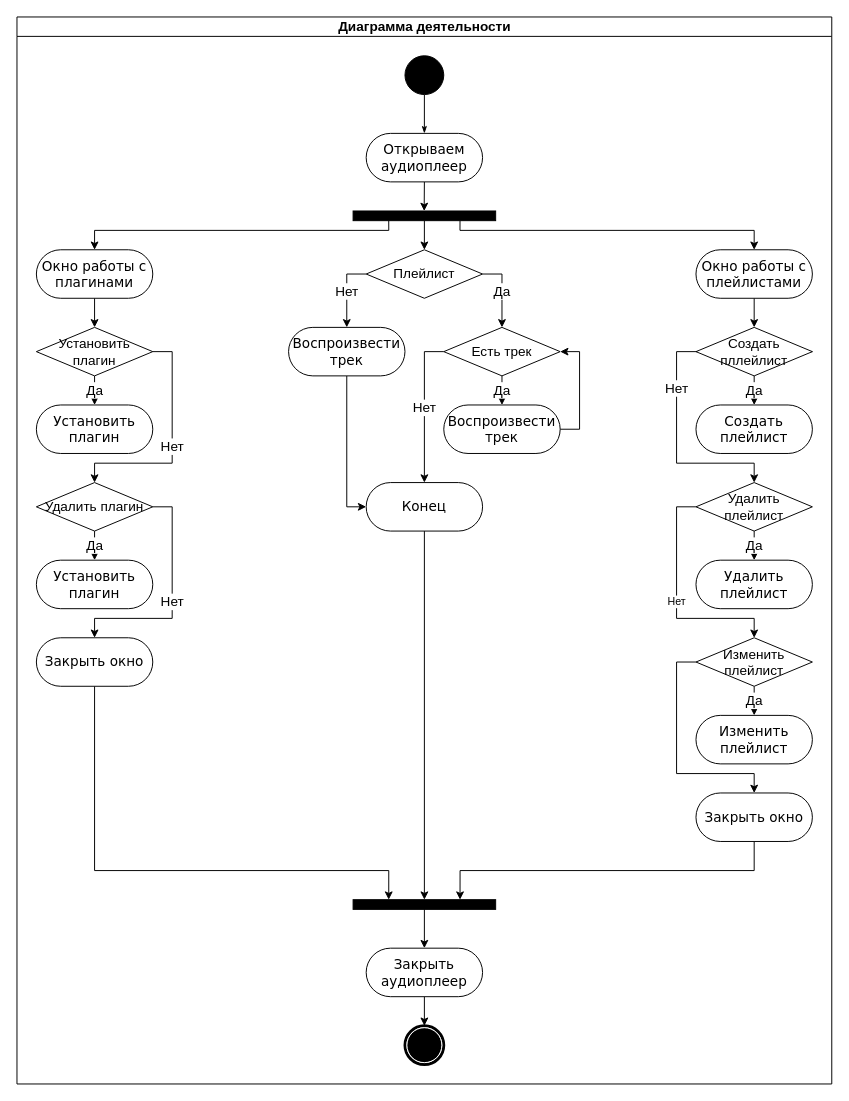
Above: ПИ/ПИ_Деятельность.drawio in FaceMan01/Homework (draw.io), before the change. Source tidied: cells renumbered, new cells numbered last; positions are measured from the earlier drawing's top-left corner, leaving out a move shared by most shapes. Both pictures are drawn from the tidied source at 97%, with x=0, y=0 at pixel (16, 16).
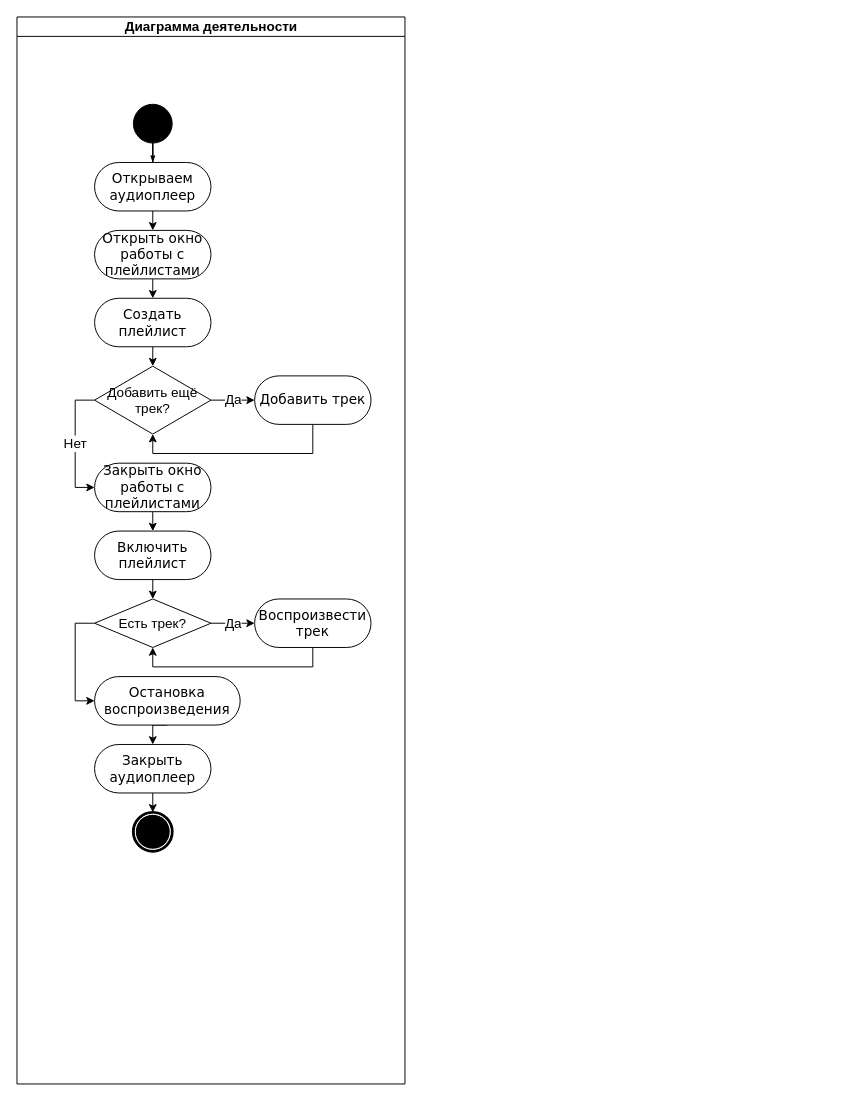
Above is the later version.

Change to the diagram source:
```diff
@@
     <mxCell id="2" value="Диаграмма деятельности" style="swimlane;html=1;startSize=20;fontSize=14;" parent="1" vertex="1">
-      <mxGeometry width="840" height="1100" as="geometry" />
+      <mxGeometry width="400" height="1100" as="geometry" />
     </mxCell>
@@
     <mxCell id="4" style="ellipse;whiteSpace=wrap;html=1;rounded=0;shadow=0;comic=0;labelBackgroundColor=none;strokeWidth=1;fillColor=#000000;fontFamily=Verdana;fontSize=14;align=center;" parent="2" vertex="1">
-      <mxGeometry x="400" y="40" width="40" height="40" as="geometry" />
+      <mxGeometry x="120" y="90" width="40" height="40" as="geometry" />
     </mxCell>
-    <mxCell id="5" style="edgeStyle=orthogonalEdgeStyle;rounded=0;jettySize=auto;html=1;exitX=0.5;exitY=1;exitDx=0;exitDy=0;fontSize=14;" parent="2" edge="1" source="6">
-      <mxGeometry relative="1" as="geometry">
-        <mxPoint x="419.8" y="200" as="targetPoint" />
-      </mxGeometry>
-    </mxCell>
+    <mxCell id="56" style="edgeStyle=orthogonalEdgeStyle;rounded=0;jettySize=auto;html=1;exitX=0.5;exitY=1;exitDx=0;exitDy=0;entryX=0.5;entryY=0;entryDx=0;entryDy=0;fontSize=14;" parent="2" edge="1" source="6" target="17">
+      <mxGeometry relative="1" as="geometry" />
+    </mxCell>
     <mxCell id="6" value="Открываем аудиоплеер" style="rounded=1;whiteSpace=wrap;html=1;shadow=0;comic=0;labelBackgroundColor=none;strokeWidth=1;fontFamily=Verdana;fontSize=14;align=center;arcSize=50;" parent="2" vertex="1">
-      <mxGeometry x="360" y="120" width="120" height="50" as="geometry" />
+      <mxGeometry x="80" y="150" width="120" height="50" as="geometry" />
     </mxCell>
     <mxCell id="7" style="shape=mxgraph.bpmn.shape;html=1;verticalLabelPosition=bottom;labelBackgroundColor=#ffffff;verticalAlign=top;perimeter=ellipsePerimeter;outline=end;symbol=terminate;rounded=0;shadow=0;comic=0;strokeWidth=1;fontFamily=Verdana;fontSize=14;align=center;" parent="2" vertex="1">
-      <mxGeometry x="400" y="1040" width="40" height="40" as="geometry" />
+      <mxGeometry x="120" y="820" width="40" height="40" as="geometry" />
     </mxCell>
-    <mxCell id="8" style="edgeStyle=orthogonalEdgeStyle;rounded=0;jettySize=auto;html=1;exitX=0.25;exitY=1;exitDx=0;exitDy=0;entryX=0.5;entryY=0;entryDx=0;entryDy=0;fontSize=14;" parent="2" edge="1" source="11" target="13">
-      <mxGeometry relative="1" as="geometry">
-        <Array as="points">
-          <mxPoint x="383" y="220" />
-          <mxPoint x="80" y="220" />
-        </Array>
-      </mxGeometry>
-    </mxCell>
-    <mxCell id="9" style="edgeStyle=orthogonalEdgeStyle;rounded=0;jettySize=auto;html=1;exitX=0.75;exitY=1;exitDx=0;exitDy=0;entryX=0.5;entryY=0;entryDx=0;entryDy=0;fontSize=14;" parent="2" edge="1" source="11" target="17">
-      <mxGeometry relative="1" as="geometry">
-        <Array as="points">
-          <mxPoint x="457" y="220" />
-          <mxPoint x="760" y="220" />
-        </Array>
-      </mxGeometry>
-    </mxCell>
-    <mxCell id="10" style="edgeStyle=orthogonalEdgeStyle;rounded=0;jettySize=auto;html=1;exitX=0.5;exitY=1;exitDx=0;exitDy=0;entryX=0.5;entryY=0;entryDx=0;entryDy=0;fontSize=14;" parent="2" edge="1" source="11" target="20">
-      <mxGeometry relative="1" as="geometry" />
-    </mxCell>
-    <mxCell id="11" style="whiteSpace=wrap;html=1;rounded=0;shadow=0;comic=0;labelBackgroundColor=none;strokeWidth=1;fillColor=#000000;fontFamily=Verdana;fontSize=14;align=center;rotation=0;" parent="2" vertex="1">
-      <mxGeometry x="346.5" y="200" width="147" height="10" as="geometry" />
-    </mxCell>
-    <mxCell id="12" style="edgeStyle=orthogonalEdgeStyle;rounded=0;jettySize=auto;html=1;exitX=0.5;exitY=1;exitDx=0;exitDy=0;entryX=0.5;entryY=0;entryDx=0;entryDy=0;fontSize=14;" parent="2" edge="1" source="13" target="30">
-      <mxGeometry relative="1" as="geometry" />
-    </mxCell>
-    <mxCell id="13" value="Окно работы с плагинами" style="rounded=1;whiteSpace=wrap;html=1;shadow=0;comic=0;labelBackgroundColor=none;strokeWidth=1;fontFamily=Verdana;fontSize=14;align=center;arcSize=50;" parent="2" vertex="1">
-      <mxGeometry x="20" y="240" width="120" height="50" as="geometry" />
-    </mxCell>
-    <mxCell id="14" style="edgeStyle=orthogonalEdgeStyle;rounded=0;jettySize=auto;html=1;exitX=0.5;exitY=1;exitDx=0;exitDy=0;entryX=0;entryY=0.5;entryDx=0;entryDy=0;fontSize=14;" parent="2" edge="1" source="15" target="27">
-      <mxGeometry relative="1" as="geometry" />
-    </mxCell>
-    <mxCell id="15" value="Воспроизвести трек" style="rounded=1;whiteSpace=wrap;html=1;shadow=0;comic=0;labelBackgroundColor=none;strokeWidth=1;fontFamily=Verdana;fontSize=14;align=center;arcSize=50;" parent="2" vertex="1">
-      <mxGeometry x="280" y="320" width="120" height="50" as="geometry" />
-    </mxCell>
-    <mxCell id="16" style="edgeStyle=orthogonalEdgeStyle;rounded=0;jettySize=auto;html=1;exitX=0.5;exitY=1;exitDx=0;exitDy=0;entryX=0.5;entryY=0;entryDx=0;entryDy=0;fontSize=14;" parent="2" edge="1" source="17" target="40">
-      <mxGeometry relative="1" as="geometry" />
-    </mxCell>
+    <mxCell id="57" style="edgeStyle=orthogonalEdgeStyle;rounded=0;jettySize=auto;html=1;exitX=0.5;exitY=1;exitDx=0;exitDy=0;entryX=0.5;entryY=0;entryDx=0;entryDy=0;fontSize=14;" parent="2" edge="1" source="17" target="41">
+      <mxGeometry relative="1" as="geometry" />
+    </mxCell>
-    <mxCell id="17" value="Окно работы с плейлистами" style="rounded=1;whiteSpace=wrap;html=1;shadow=0;comic=0;labelBackgroundColor=none;strokeWidth=1;fontFamily=Verdana;fontSize=14;align=center;arcSize=50;" parent="2" vertex="1">
-      <mxGeometry x="700" y="240" width="120" height="50" as="geometry" />
+    <mxCell id="17" value="Открыть окно работы с плейлистами" style="rounded=1;whiteSpace=wrap;html=1;shadow=0;comic=0;labelBackgroundColor=none;strokeWidth=1;fontFamily=Verdana;fontSize=14;align=center;arcSize=50;" parent="2" vertex="1">
+      <mxGeometry x="80" y="220" width="120" height="50" as="geometry" />
     </mxCell>
-    <mxCell id="18" value="Нет" style="edgeStyle=orthogonalEdgeStyle;rounded=0;jettySize=auto;html=1;exitX=0;exitY=0.5;exitDx=0;exitDy=0;entryX=0.5;entryY=0;entryDx=0;entryDy=0;fontSize=14;" parent="2" edge="1" source="20" target="15">
-      <mxGeometry relative="1" as="geometry" />
-    </mxCell>
-    <mxCell id="19" value="Да" style="edgeStyle=orthogonalEdgeStyle;rounded=0;jettySize=auto;html=1;exitX=1;exitY=0.5;exitDx=0;exitDy=0;entryX=0.5;entryY=0;entryDx=0;entryDy=0;fontSize=14;" parent="2" edge="1" source="20" target="23">
-      <mxGeometry relative="1" as="geometry" />
-    </mxCell>
-    <mxCell id="20" value="Плейлист" style="rhombus;whiteSpace=wrap;html=1;fontSize=14;" parent="2" vertex="1">
-      <mxGeometry x="360" y="240" width="120" height="50" as="geometry" />
-    </mxCell>
-    <mxCell id="21" value="Да" style="edgeStyle=orthogonalEdgeStyle;rounded=0;jettySize=auto;html=1;exitX=0.5;exitY=1;exitDx=0;exitDy=0;entryX=0.5;entryY=0;entryDx=0;entryDy=0;fontSize=14;" parent="2" edge="1" source="23" target="25">
-      <mxGeometry relative="1" as="geometry" />
-    </mxCell>
-    <mxCell id="22" value="Нет" style="edgeStyle=orthogonalEdgeStyle;rounded=0;jettySize=auto;html=1;exitX=0;exitY=0.5;exitDx=0;exitDy=0;entryX=0.5;entryY=0;entryDx=0;entryDy=0;fontSize=14;" parent="2" edge="1" source="23" target="27">
-      <mxGeometry relative="1" as="geometry" />
-    </mxCell>
-    <mxCell id="23" value="Есть трек" style="rhombus;whiteSpace=wrap;html=1;fontSize=14;" parent="2" vertex="1">
-      <mxGeometry x="440" y="320" width="120" height="50" as="geometry" />
-    </mxCell>
-    <mxCell id="24" style="edgeStyle=orthogonalEdgeStyle;rounded=0;jettySize=auto;html=1;exitX=1;exitY=0.5;exitDx=0;exitDy=0;entryX=1;entryY=0.5;entryDx=0;entryDy=0;fontSize=14;" parent="2" edge="1" source="25" target="23">
-      <mxGeometry relative="1" as="geometry" />
-    </mxCell>
-    <mxCell id="25" value="Воспроизвести трек" style="rounded=1;whiteSpace=wrap;html=1;shadow=0;comic=0;labelBackgroundColor=none;strokeWidth=1;fontFamily=Verdana;fontSize=14;align=center;arcSize=50;" parent="2" vertex="1">
-      <mxGeometry x="440" y="400" width="120" height="50" as="geometry" />
-    </mxCell>
-    <mxCell id="26" style="edgeStyle=orthogonalEdgeStyle;rounded=0;jettySize=auto;html=1;exitX=0.5;exitY=1;exitDx=0;exitDy=0;entryX=0.5;entryY=0;entryDx=0;entryDy=0;" parent="2" edge="1" source="27" target="53">
-      <mxGeometry relative="1" as="geometry" />
-    </mxCell>
-    <mxCell id="27" value="Конец" style="rounded=1;whiteSpace=wrap;html=1;shadow=0;comic=0;labelBackgroundColor=none;strokeWidth=1;fontFamily=Verdana;fontSize=14;align=center;arcSize=50;" parent="2" vertex="1">
-      <mxGeometry x="360" y="480" width="120" height="50" as="geometry" />
-    </mxCell>
-    <mxCell id="28" value="Да" style="edgeStyle=orthogonalEdgeStyle;rounded=0;jettySize=auto;html=1;exitX=0.5;exitY=1;exitDx=0;exitDy=0;entryX=0.5;entryY=0;entryDx=0;entryDy=0;fontSize=14;" parent="2" edge="1" source="30" target="31">
-      <mxGeometry relative="1" as="geometry" />
-    </mxCell>
-    <mxCell id="29" value="Нет" style="edgeStyle=orthogonalEdgeStyle;rounded=0;jettySize=auto;html=1;exitX=1;exitY=0.5;exitDx=0;exitDy=0;entryX=0.5;entryY=0;entryDx=0;entryDy=0;fontSize=14;" parent="2" edge="1" source="30" target="34">
-      <mxGeometry relative="1" as="geometry">
-        <Array as="points">
-          <mxPoint x="160" y="345" />
-          <mxPoint x="160" y="460" />
-          <mxPoint x="80" y="460" />
-        </Array>
-      </mxGeometry>
-    </mxCell>
-    <mxCell id="30" value="Установить плагин" style="rhombus;whiteSpace=wrap;html=1;fontSize=14;" parent="2" vertex="1">
-      <mxGeometry x="20" y="320" width="120" height="50" as="geometry" />
-    </mxCell>
-    <mxCell id="31" value="Установить плагин" style="rounded=1;whiteSpace=wrap;html=1;shadow=0;comic=0;labelBackgroundColor=none;strokeWidth=1;fontFamily=Verdana;fontSize=14;align=center;arcSize=50;" parent="2" vertex="1">
-      <mxGeometry x="20" y="400" width="120" height="50" as="geometry" />
-    </mxCell>
-    <mxCell id="32" value="Да" style="edgeStyle=orthogonalEdgeStyle;rounded=0;jettySize=auto;html=1;exitX=0.5;exitY=1;exitDx=0;exitDy=0;entryX=0.5;entryY=0;entryDx=0;entryDy=0;fontSize=14;" parent="2" edge="1" source="34" target="35">
-      <mxGeometry relative="1" as="geometry" />
-    </mxCell>
-    <mxCell id="33" value="Нет" style="edgeStyle=orthogonalEdgeStyle;rounded=0;jettySize=auto;html=1;exitX=1;exitY=0.5;exitDx=0;exitDy=0;fontSize=14;" parent="2" edge="1" source="34" target="37">
-      <mxGeometry relative="1" as="geometry">
-        <Array as="points">
-          <mxPoint x="160" y="505" />
-          <mxPoint x="160" y="620" />
-          <mxPoint x="80" y="620" />
-        </Array>
-      </mxGeometry>
-    </mxCell>
-    <mxCell id="34" value="Удалить плагин" style="rhombus;whiteSpace=wrap;html=1;fontSize=14;" parent="2" vertex="1">
-      <mxGeometry x="20" y="480" width="120" height="50" as="geometry" />
-    </mxCell>
-    <mxCell id="35" value="Установить плагин" style="rounded=1;whiteSpace=wrap;html=1;shadow=0;comic=0;labelBackgroundColor=none;strokeWidth=1;fontFamily=Verdana;fontSize=14;align=center;arcSize=50;" parent="2" vertex="1">
-      <mxGeometry x="20" y="560" width="120" height="50" as="geometry" />
-    </mxCell>
-    <mxCell id="36" style="edgeStyle=orthogonalEdgeStyle;rounded=0;jettySize=auto;html=1;exitX=0.5;exitY=1;exitDx=0;exitDy=0;entryX=0.25;entryY=0;entryDx=0;entryDy=0;" parent="2" edge="1" source="37" target="53">
-      <mxGeometry relative="1" as="geometry">
-        <Array as="points">
-          <mxPoint x="80" y="880" />
-          <mxPoint x="383" y="880" />
-        </Array>
-      </mxGeometry>
-    </mxCell>
-    <mxCell id="37" value="Закрыть окно" style="rounded=1;whiteSpace=wrap;html=1;shadow=0;comic=0;labelBackgroundColor=none;strokeWidth=1;fontFamily=Verdana;fontSize=14;align=center;arcSize=50;" parent="2" vertex="1">
-      <mxGeometry x="20" y="640" width="120" height="50" as="geometry" />
-    </mxCell>
-    <mxCell id="38" value="Да" style="edgeStyle=orthogonalEdgeStyle;rounded=0;jettySize=auto;html=1;exitX=0.5;exitY=1;exitDx=0;exitDy=0;entryX=0.5;entryY=0;entryDx=0;entryDy=0;fontSize=14;" parent="2" edge="1" source="40" target="41">
-      <mxGeometry relative="1" as="geometry" />
-    </mxCell>
-    <mxCell id="39" value="Нет" style="edgeStyle=orthogonalEdgeStyle;rounded=0;jettySize=auto;html=1;exitX=1;exitY=0.5;exitDx=0;exitDy=0;entryX=0.5;entryY=0;entryDx=0;entryDy=0;fontSize=14;" parent="2" edge="1" source="40" target="44">
-      <mxGeometry relative="1" as="geometry">
-        <Array as="points">
-          <mxPoint x="680" y="345" />
-          <mxPoint x="680" y="460" />
-          <mxPoint x="760" y="460" />
-        </Array>
-      </mxGeometry>
-    </mxCell>
-    <mxCell id="40" value="Создать пллейлист" style="rhombus;whiteSpace=wrap;html=1;fontSize=14;" parent="2" vertex="1">
-      <mxGeometry x="700" y="320" width="120" height="50" as="geometry" />
-    </mxCell>
+    <mxCell id="58" style="edgeStyle=orthogonalEdgeStyle;rounded=0;jettySize=auto;html=1;exitX=0.5;exitY=1;exitDx=0;exitDy=0;entryX=0.5;entryY=0;entryDx=0;entryDy=0;fontSize=14;" parent="2" edge="1" source="41">
+      <mxGeometry relative="1" as="geometry">
+        <mxPoint x="140" y="360" as="targetPoint" />
+      </mxGeometry>
+    </mxCell>
     <mxCell id="41" value="Создать плейлист" style="rounded=1;whiteSpace=wrap;html=1;shadow=0;comic=0;labelBackgroundColor=none;strokeWidth=1;fontFamily=Verdana;fontSize=14;align=center;arcSize=50;" parent="2" vertex="1">
-      <mxGeometry x="700" y="400" width="120" height="50" as="geometry" />
+      <mxGeometry x="80" y="290" width="120" height="50" as="geometry" />
     </mxCell>
-    <mxCell id="42" value="Да" style="edgeStyle=orthogonalEdgeStyle;rounded=0;jettySize=auto;html=1;exitX=0.5;exitY=1;exitDx=0;exitDy=0;entryX=0.5;entryY=0;entryDx=0;entryDy=0;fontSize=14;" parent="2" edge="1" source="44" target="45">
-      <mxGeometry relative="1" as="geometry" />
-    </mxCell>
-    <mxCell id="43" value="Нет" style="edgeStyle=orthogonalEdgeStyle;rounded=0;jettySize=auto;html=1;exitX=0;exitY=0.5;exitDx=0;exitDy=0;entryX=0.5;entryY=0;entryDx=0;entryDy=0;" parent="2" edge="1" source="44" target="50">
-      <mxGeometry relative="1" as="geometry">
-        <Array as="points">
-          <mxPoint x="680" y="505" />
-          <mxPoint x="680" y="620" />
-          <mxPoint x="760" y="620" />
-        </Array>
-      </mxGeometry>
-    </mxCell>
-    <mxCell id="44" value="Удалить плейлист" style="rhombus;whiteSpace=wrap;html=1;fontSize=14;" parent="2" vertex="1">
-      <mxGeometry x="700" y="480" width="120" height="50" as="geometry" />
-    </mxCell>
-    <mxCell id="45" value="Удалить плейлист" style="rounded=1;whiteSpace=wrap;html=1;shadow=0;comic=0;labelBackgroundColor=none;strokeWidth=1;fontFamily=Verdana;fontSize=14;align=center;arcSize=50;" parent="2" vertex="1">
-      <mxGeometry x="700" y="560" width="120" height="50" as="geometry" />
-    </mxCell>
-    <mxCell id="46" style="edgeStyle=orthogonalEdgeStyle;rounded=0;jettySize=auto;html=1;exitX=0.5;exitY=1;exitDx=0;exitDy=0;entryX=0.75;entryY=0;entryDx=0;entryDy=0;" parent="2" edge="1" source="47" target="53">
-      <mxGeometry relative="1" as="geometry" />
-    </mxCell>
-    <mxCell id="47" value="Закрыть окно" style="rounded=1;whiteSpace=wrap;html=1;shadow=0;comic=0;labelBackgroundColor=none;strokeWidth=1;fontFamily=Verdana;fontSize=14;align=center;arcSize=50;" parent="2" vertex="1">
-      <mxGeometry x="700" y="800" width="120" height="50" as="geometry" />
-    </mxCell>
-    <mxCell id="48" value="Да" style="edgeStyle=orthogonalEdgeStyle;rounded=0;jettySize=auto;html=1;exitX=0.5;exitY=1;exitDx=0;exitDy=0;entryX=0.5;entryY=0;entryDx=0;entryDy=0;fontSize=14;" parent="2" edge="1" source="50" target="51">
-      <mxGeometry relative="1" as="geometry" />
-    </mxCell>
-    <mxCell id="49" style="edgeStyle=orthogonalEdgeStyle;rounded=0;jettySize=auto;html=1;exitX=0;exitY=0.5;exitDx=0;exitDy=0;entryX=0.5;entryY=0;entryDx=0;entryDy=0;" parent="2" edge="1" source="50" target="47">
-      <mxGeometry relative="1" as="geometry">
-        <Array as="points">
-          <mxPoint x="680" y="665" />
-          <mxPoint x="680" y="780" />
-          <mxPoint x="760" y="780" />
-        </Array>
-      </mxGeometry>
-    </mxCell>
-    <mxCell id="50" value="Изменить плейлист" style="rhombus;whiteSpace=wrap;html=1;fontSize=14;" parent="2" vertex="1">
-      <mxGeometry x="700" y="640" width="120" height="50" as="geometry" />
-    </mxCell>
-    <mxCell id="51" value="Изменить плейлист" style="rounded=1;whiteSpace=wrap;html=1;shadow=0;comic=0;labelBackgroundColor=none;strokeWidth=1;fontFamily=Verdana;fontSize=14;align=center;arcSize=50;" parent="2" vertex="1">
-      <mxGeometry x="700" y="720" width="120" height="50" as="geometry" />
-    </mxCell>
-    <mxCell id="52" style="edgeStyle=orthogonalEdgeStyle;rounded=0;jettySize=auto;html=1;exitX=0.5;exitY=1;exitDx=0;exitDy=0;entryX=0.5;entryY=0;entryDx=0;entryDy=0;" parent="2" edge="1" source="53" target="55">
-      <mxGeometry relative="1" as="geometry" />
-    </mxCell>
-    <mxCell id="53" style="whiteSpace=wrap;html=1;rounded=0;shadow=0;comic=0;labelBackgroundColor=none;strokeWidth=1;fillColor=#000000;fontFamily=Verdana;fontSize=14;align=center;rotation=0;" parent="2" vertex="1">
-      <mxGeometry x="346.5" y="910" width="147" height="10" as="geometry" />
-    </mxCell>
-    <mxCell id="54" style="edgeStyle=orthogonalEdgeStyle;rounded=0;jettySize=auto;html=1;exitX=0.5;exitY=1;exitDx=0;exitDy=0;entryX=0.5;entryY=0;entryDx=0;entryDy=0;" parent="2" edge="1" source="55" target="7">
+    <mxCell id="54" style="edgeStyle=orthogonalEdgeStyle;rounded=0;jettySize=auto;html=1;exitX=0.5;exitY=1;exitDx=0;exitDy=0;entryX=0.5;entryY=0;entryDx=0;entryDy=0;fontSize=14;" parent="2" edge="1" source="55" target="7">
       <mxGeometry relative="1" as="geometry" />
     </mxCell>
     <mxCell id="55" value="Закрыть аудиоплеер" style="rounded=1;whiteSpace=wrap;html=1;shadow=0;comic=0;labelBackgroundColor=none;strokeWidth=1;fontFamily=Verdana;fontSize=14;align=center;arcSize=50;" parent="2" vertex="1">
-      <mxGeometry x="360" y="960" width="120" height="50" as="geometry" />
+      <mxGeometry x="80" y="750" width="120" height="50" as="geometry" />
     </mxCell>
+    <mxCell id="59" value="Да" style="edgeStyle=orthogonalEdgeStyle;rounded=0;jettySize=auto;html=1;exitX=1;exitY=0.5;exitDx=0;exitDy=0;entryX=0;entryY=0.5;entryDx=0;entryDy=0;fontSize=14;" parent="2" edge="1" source="61" target="63">
+      <mxGeometry relative="1" as="geometry" />
+    </mxCell>
+    <mxCell id="60" value="Нет" style="edgeStyle=orthogonalEdgeStyle;rounded=0;jettySize=auto;html=1;exitX=0;exitY=0.5;exitDx=0;exitDy=0;entryX=0;entryY=0.5;entryDx=0;entryDy=0;fontSize=14;" parent="2" edge="1" source="61" target="65">
+      <mxGeometry relative="1" as="geometry" />
+    </mxCell>
+    <mxCell id="61" value="Добавить ещё трек?" style="rhombus;whiteSpace=wrap;html=1;fontSize=14;" parent="2" vertex="1">
+      <mxGeometry x="80" y="360" width="120" height="70" as="geometry" />
+    </mxCell>
+    <mxCell id="62" style="edgeStyle=orthogonalEdgeStyle;rounded=0;jettySize=auto;html=1;exitX=0.5;exitY=1;exitDx=0;exitDy=0;entryX=0.5;entryY=1;entryDx=0;entryDy=0;fontSize=14;" parent="2" edge="1" source="63" target="61">
+      <mxGeometry relative="1" as="geometry">
+        <Array as="points">
+          <mxPoint x="305" y="450" />
+          <mxPoint x="140" y="450" />
+        </Array>
+      </mxGeometry>
+    </mxCell>
+    <mxCell id="63" value="Добавить трек" style="rounded=1;whiteSpace=wrap;html=1;shadow=0;comic=0;labelBackgroundColor=none;strokeWidth=1;fontFamily=Verdana;fontSize=14;align=center;arcSize=50;" parent="2" vertex="1">
+      <mxGeometry x="245" y="370" width="120" height="50" as="geometry" />
+    </mxCell>
+    <mxCell id="64" style="edgeStyle=orthogonalEdgeStyle;rounded=0;jettySize=auto;html=1;exitX=0.5;exitY=1;exitDx=0;exitDy=0;entryX=0.5;entryY=0;entryDx=0;entryDy=0;fontSize=14;" parent="2" edge="1" source="65" target="67">
+      <mxGeometry relative="1" as="geometry" />
+    </mxCell>
+    <mxCell id="65" value="Закрыть окно работы с плейлистами" style="rounded=1;whiteSpace=wrap;html=1;shadow=0;comic=0;labelBackgroundColor=none;strokeWidth=1;fontFamily=Verdana;fontSize=14;align=center;arcSize=50;" parent="2" vertex="1">
+      <mxGeometry x="80" y="460" width="120" height="50" as="geometry" />
+    </mxCell>
+    <mxCell id="66" style="edgeStyle=orthogonalEdgeStyle;rounded=0;jettySize=auto;html=1;exitX=0.5;exitY=1;exitDx=0;exitDy=0;entryX=0.5;entryY=0;entryDx=0;entryDy=0;fontSize=14;" parent="2" edge="1" source="67" target="70">
+      <mxGeometry relative="1" as="geometry" />
+    </mxCell>
+    <mxCell id="67" value="Включить плейлист" style="rounded=1;whiteSpace=wrap;html=1;shadow=0;comic=0;labelBackgroundColor=none;strokeWidth=1;fontFamily=Verdana;fontSize=14;align=center;arcSize=50;" parent="2" vertex="1">
+      <mxGeometry x="80" y="530" width="120" height="50" as="geometry" />
+    </mxCell>
+    <mxCell id="68" value="Да" style="edgeStyle=orthogonalEdgeStyle;rounded=0;jettySize=auto;html=1;exitX=1;exitY=0.5;exitDx=0;exitDy=0;entryX=0;entryY=0.5;entryDx=0;entryDy=0;fontSize=14;" parent="2" edge="1" source="70" target="72">
+      <mxGeometry relative="1" as="geometry" />
+    </mxCell>
+    <mxCell id="69" style="edgeStyle=orthogonalEdgeStyle;rounded=0;jettySize=auto;html=1;exitX=0;exitY=0.5;exitDx=0;exitDy=0;entryX=0;entryY=0.5;entryDx=0;entryDy=0;fontSize=14;" parent="2" edge="1" source="70" target="74">
+      <mxGeometry relative="1" as="geometry" />
+    </mxCell>
+    <mxCell id="70" value="Есть трек?" style="rhombus;whiteSpace=wrap;html=1;fontSize=14;" parent="2" vertex="1">
+      <mxGeometry x="80" y="600" width="120" height="50" as="geometry" />
+    </mxCell>
+    <mxCell id="71" style="edgeStyle=orthogonalEdgeStyle;rounded=0;jettySize=auto;html=1;exitX=0.5;exitY=1;exitDx=0;exitDy=0;entryX=0.5;entryY=1;entryDx=0;entryDy=0;fontSize=14;" parent="2" edge="1" source="72" target="70">
+      <mxGeometry relative="1" as="geometry" />
+    </mxCell>
+    <mxCell id="72" value="Воспроизвести трек" style="rounded=1;whiteSpace=wrap;html=1;shadow=0;comic=0;labelBackgroundColor=none;strokeWidth=1;fontFamily=Verdana;fontSize=14;align=center;arcSize=50;" parent="2" vertex="1">
+      <mxGeometry x="245" y="600" width="120" height="50" as="geometry" />
+    </mxCell>
+    <mxCell id="73" style="edgeStyle=orthogonalEdgeStyle;rounded=0;jettySize=auto;html=1;exitX=0.5;exitY=1;exitDx=0;exitDy=0;entryX=0.5;entryY=0;entryDx=0;entryDy=0;fontSize=14;" parent="2" edge="1" source="74" target="55">
+      <mxGeometry relative="1" as="geometry" />
+    </mxCell>
+    <mxCell id="74" value="Остановка воспроизведения" style="rounded=1;whiteSpace=wrap;html=1;shadow=0;comic=0;labelBackgroundColor=none;strokeWidth=1;fontFamily=Verdana;fontSize=14;align=center;arcSize=50;" parent="2" vertex="1">
+      <mxGeometry x="80" y="680" width="150.1" height="50" as="geometry" />
+    </mxCell>
```
